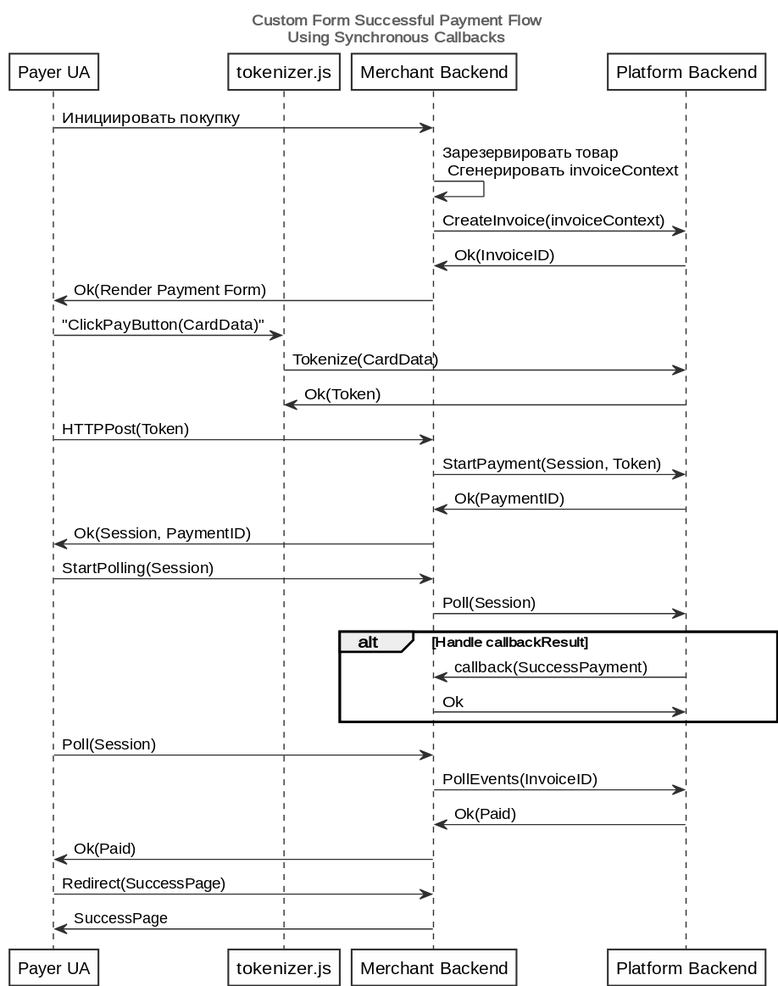
The PlantUML diagram content/wsd/custom_form_w_cb.svg in rbkmoney/docs, before a commit. Its source is kept beside it as content/wsd/custom_form_w_cb.wsd.
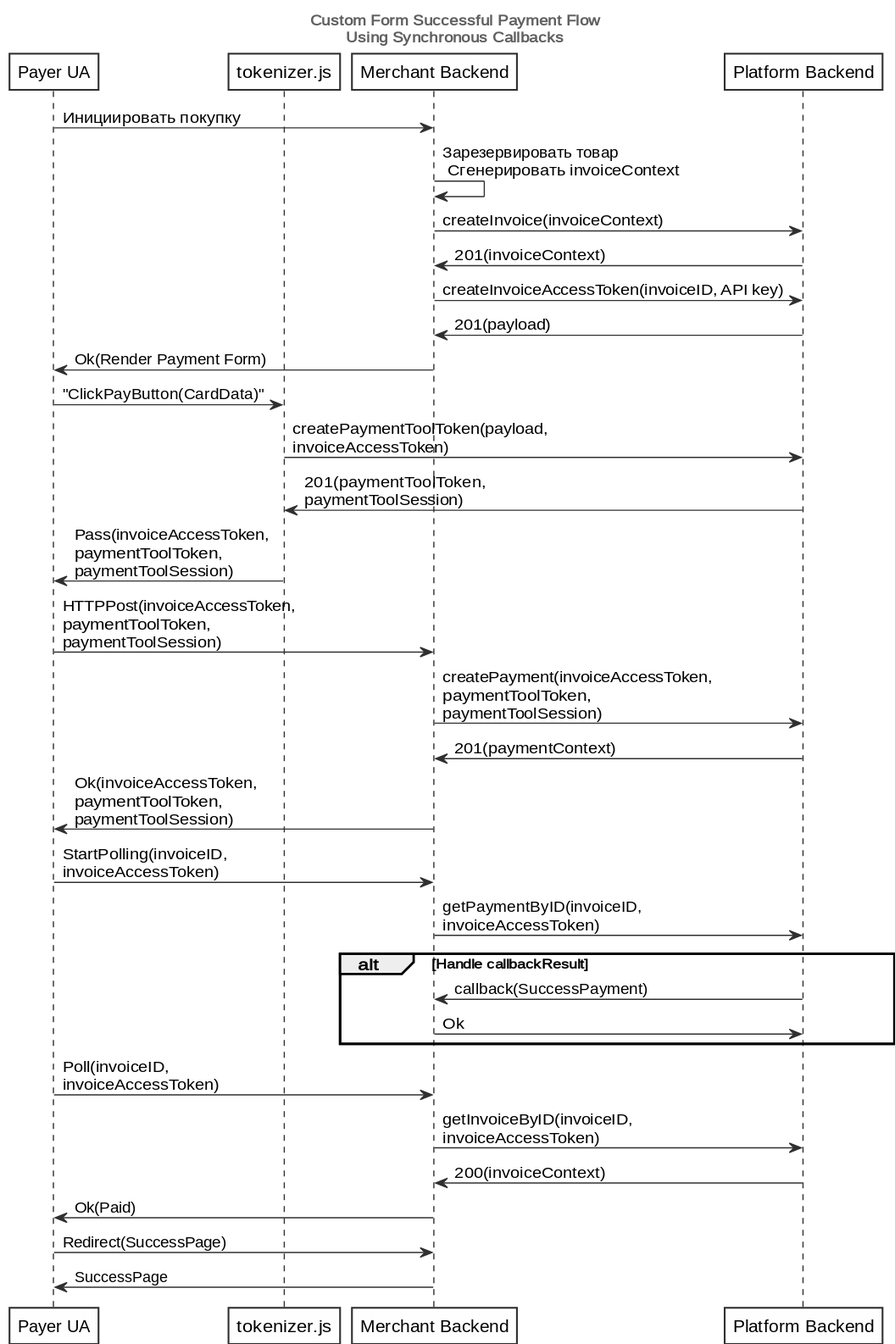
After the commit.

The edit, as a diff of the source:
```diff
@@ -14,33 +14,39 @@
 
 MBE -> MBE:  Зарезервировать товар \n Сгенерировать invoiceContext
 
-MBE -> PBE: CreateInvoice(invoiceContext)
-PBE -> MBE: Ok(InvoiceID)
+MBE -> PBE: createInvoice(invoiceContext)
+PBE -> MBE: 201(invoiceContext)
+
+MBE -> PBE: createInvoiceAccessToken(invoiceID, API key)
+PBE -> MBE: 201(payload)
+
 
 MBE -> UA: Ok(Render Payment Form)
 
 UA -> TKN: "ClickPayButton(CardData)"
 
-TKN -> PBE: Tokenize(CardData)
-PBE -> TKN: Ok(Token)
+TKN -> PBE: createPaymentToolToken(payload,\ninvoiceAccessToken)
+PBE -> TKN: 201(paymentToolToken,\npaymentToolSession)
 
-UA -> MBE: HTTPPost(Token)
+TKN -> UA: Pass(invoiceAccessToken,\npaymentToolToken,\npaymentToolSession)
 
-MBE -> PBE: StartPayment(Session, Token)
-PBE -> MBE: Ok(PaymentID)
-MBE -> UA: Ok(Session, PaymentID)
+UA -> MBE: HTTPPost(invoiceAccessToken,\npaymentToolToken,\npaymentToolSession)
 
-UA -> MBE: StartPolling(Session)
-MBE -> PBE: Poll(Session)
+MBE -> PBE: createPayment(invoiceAccessToken,\npaymentToolToken,\npaymentToolSession)
+PBE -> MBE: 201(paymentContext)
+MBE -> UA: Ok(invoiceAccessToken,\npaymentToolToken,\npaymentToolSession)
+
+UA -> MBE: StartPolling(invoiceID,\ninvoiceAccessToken)
+MBE -> PBE: getPaymentByID(invoiceID,\ninvoiceAccessToken)
 
 alt Handle callbackResult
 PBE -> MBE: callback(SuccessPayment)
 MBE -> PBE: Ok
 end
 
-UA -> MBE: Poll(Session)
-MBE -> PBE: PollEvents(InvoiceID)
-PBE -> MBE: Ok(Paid)
+UA -> MBE: Poll(invoiceID,\ninvoiceAccessToken)
+MBE -> PBE: getInvoiceByID(invoiceID,\ninvoiceAccessToken)
+PBE -> MBE: 200(invoiceContext)
 
 MBE -> UA: Ok(Paid)
 
```
